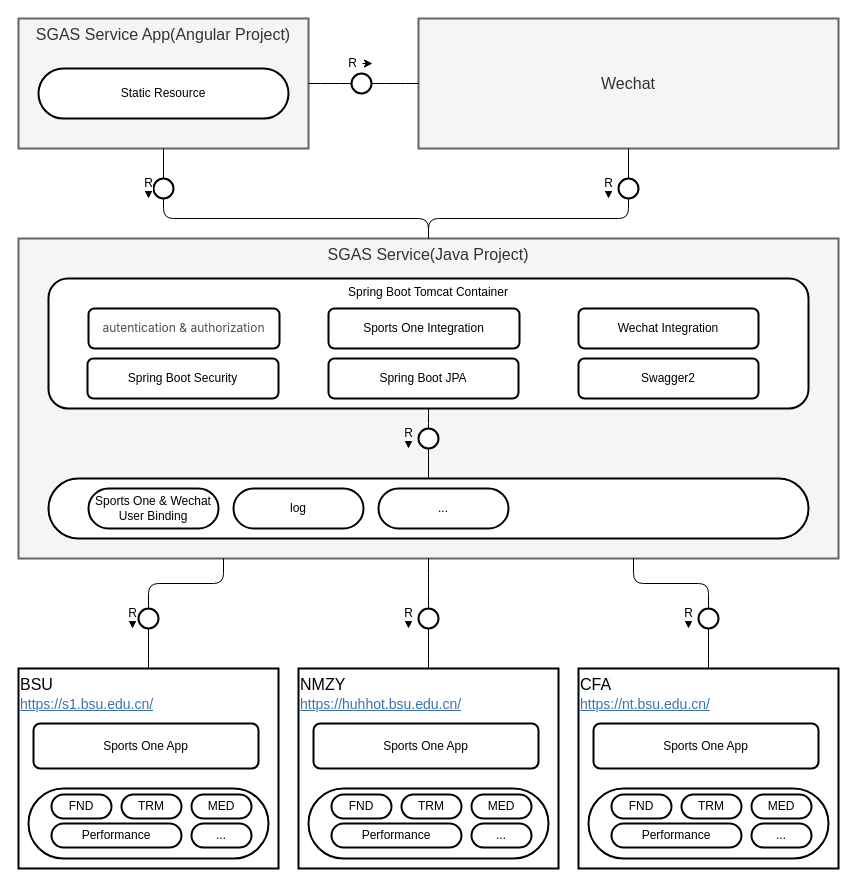
Earlier version of the draw.io diagram page "overall" (1 of 4) of SportsOne/Wechat Integration.drawio (wosary1984/draw.io). Source tidied: cells renumbered, new cells numbered last; positions are measured from the earlier drawing's top-left corner, leaving out a move shared by most shapes. Both pictures are drawn from the tidied source at 100%, with x=0, y=0 at pixel (18, 18).
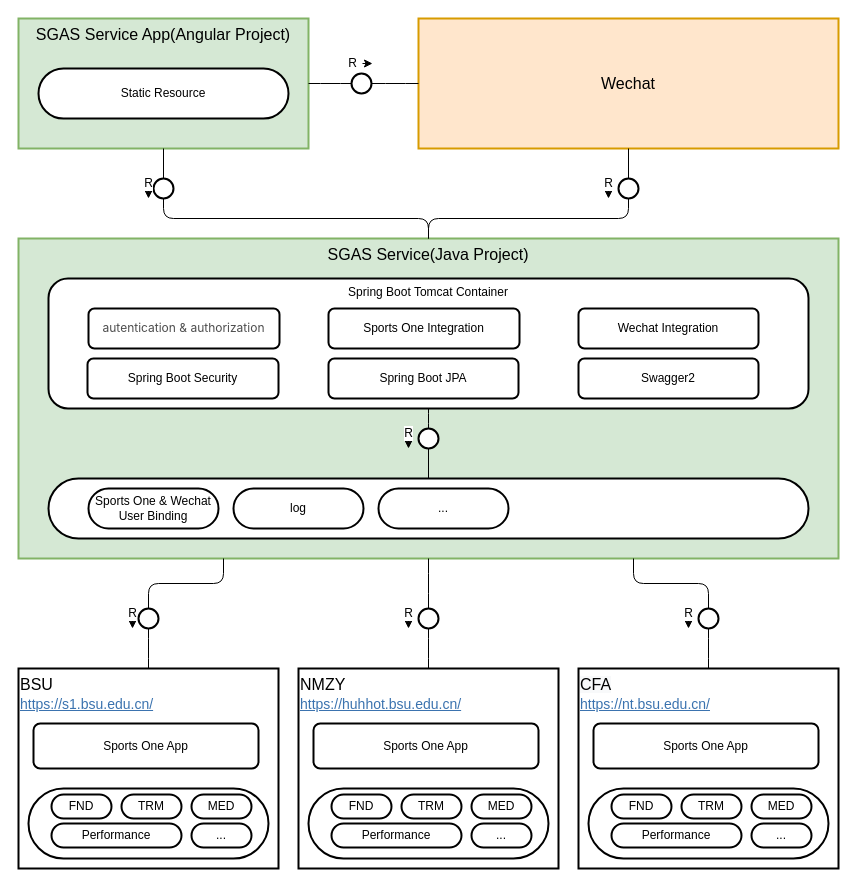
After the change.

Diff of the diagram source:
```diff
@@
-    <mxCell id="2" value="SGAS Service(Java Project)" style="rounded=1;whiteSpace=wrap;html=1;strokeWidth=2;fontSize=16;verticalAlign=top;arcSize=0;fillColor=#f5f5f5;strokeColor=#666666;fontColor=#333333;" parent="1" vertex="1">
+    <mxCell id="2" value="SGAS Service(Java Project)" style="rounded=1;whiteSpace=wrap;html=1;strokeWidth=2;fontSize=16;verticalAlign=top;arcSize=0;fillColor=#d5e8d4;strokeColor=#82b366;" parent="1" vertex="1">
       <mxGeometry y="220" width="820" height="320" as="geometry" />
     </mxCell>
@@
-    <mxCell id="62" value="SGAS Service App(Angular Project)" style="rounded=1;whiteSpace=wrap;html=1;strokeWidth=2;fontSize=16;verticalAlign=top;arcSize=0;fillColor=#f5f5f5;strokeColor=#666666;fontColor=#333333;" parent="1" vertex="1">
+    <mxCell id="62" value="SGAS Service App(Angular Project)" style="rounded=1;whiteSpace=wrap;html=1;strokeWidth=2;fontSize=16;verticalAlign=top;arcSize=0;fillColor=#d5e8d4;strokeColor=#82b366;" parent="1" vertex="1">
       <mxGeometry width="290" height="130" as="geometry" />
     </mxCell>
@@
-    <mxCell id="64" value="Wechat" style="rounded=1;whiteSpace=wrap;html=1;strokeWidth=2;fontSize=16;verticalAlign=middle;arcSize=0;fillColor=#f5f5f5;strokeColor=#666666;fontColor=#333333;" parent="1" vertex="1">
+    <mxCell id="64" value="Wechat" style="rounded=1;whiteSpace=wrap;html=1;strokeWidth=2;fontSize=16;verticalAlign=middle;arcSize=0;fillColor=#ffe6cc;strokeColor=#d79b00;" parent="1" vertex="1">
       <mxGeometry x="400" width="420" height="130" as="geometry" />
     </mxCell>
```
